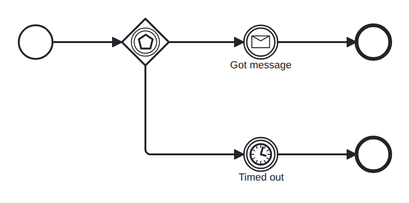
pblumer/atlas keeps this BPMN diagram as conformance/catalog/diagrams/event-based-gateway.png. Above is the earlier version. Its source is kept beside it as conformance/models/event-based-gateway.bpmn. Ids are renumbered. The source it was exported from:
```xml
<!--
  Conformance micro-fixture: an event-based gateway (deferred choice).

  Start -> eventBasedGateway -> races a message catch ("go", keyless) against a
  timer catch (PT30S). Whichever fires first wins; the other is canceled. The
  outcome is decided by the environment, not by data — that is the deferred
  choice. One model, two scenarios: the message-driven run reaches "end_msg", the
  timer-driven run reaches "end_timeout".
-->
<definitions xmlns="http://www.omg.org/spec/BPMN/20100524/MODEL"
             xmlns:bpmndi="http://www.omg.org/spec/BPMN/20100524/DI"
             xmlns:dc="http://www.omg.org/spec/DD/20100524/DC"
             xmlns:di="http://www.omg.org/spec/DD/20100524/DI"
             id="defs_event_based_gateway" targetNamespace="http://atlas/conformance">
  <message id="Msg_go" name="go"/>
  <process id="event-based-gateway" name="Event-based gateway" isExecutable="true">
    <startEvent id="start"/>
    <eventBasedGateway id="gw"/>
    <intermediateCatchEvent id="got_msg" name="Got message">
      <messageEventDefinition messageRef="Msg_go"/>
    </intermediateCatchEvent>
    <intermediateCatchEvent id="timed_out" name="Timed out">
      <timerEventDefinition>
        <timeDuration>PT30S</timeDuration>
      </timerEventDefinition>
    </intermediateCatchEvent>
    <endEvent id="end_msg"/>
    <endEvent id="end_timeout"/>
    <sequenceFlow id="f1" sourceRef="start" targetRef="gw"/>
    <sequenceFlow id="f2" sourceRef="gw" targetRef="got_msg"/>
    <sequenceFlow id="f3" sourceRef="gw" targetRef="timed_out"/>
    <sequenceFlow id="f4" sourceRef="got_msg" targetRef="end_msg"/>
    <sequenceFlow id="f5" sourceRef="timed_out" targetRef="end_timeout"/>
  </process>
  <bpmndi:BPMNDiagram id="diagram">
    <bpmndi:BPMNPlane id="plane" bpmnElement="event-based-gateway">
      <bpmndi:BPMNShape id="di_start" bpmnElement="start"><dc:Bounds x="160" y="182" width="36" height="36"/></bpmndi:BPMNShape>
      <bpmndi:BPMNShape id="di_gw" bpmnElement="gw"><dc:Bounds x="270" y="175" width="50" height="50"/></bpmndi:BPMNShape>
      <bpmndi:BPMNShape id="di_got_msg" bpmnElement="got_msg"><dc:Bounds x="400" y="182" width="36" height="36"/></bpmndi:BPMNShape>
      <bpmndi:BPMNShape id="di_end_msg" bpmnElement="end_msg"><dc:Bounds x="520" y="182" width="36" height="36"/></bpmndi:BPMNShape>
      <bpmndi:BPMNShape id="di_timed_out" bpmnElement="timed_out"><dc:Bounds x="400" y="302" width="36" height="36"/></bpmndi:BPMNShape>
      <bpmndi:BPMNShape id="di_end_timeout" bpmnElement="end_timeout"><dc:Bounds x="520" y="302" width="36" height="36"/></bpmndi:BPMNShape>
      <bpmndi:BPMNEdge id="di_f1" bpmnElement="f1"><di:waypoint x="196" y="200"/><di:waypoint x="270" y="200"/></bpmndi:BPMNEdge>
      <bpmndi:BPMNEdge id="di_f2" bpmnElement="f2"><di:waypoint x="320" y="200"/><di:waypoint x="400" y="200"/></bpmndi:BPMNEdge>
      <bpmndi:BPMNEdge id="di_f3" bpmnElement="f3"><di:waypoint x="295" y="225"/><di:waypoint x="295" y="320"/><di:waypoint x="400" y="320"/></bpmndi:BPMNEdge>
      <bpmndi:BPMNEdge id="di_f4" bpmnElement="f4"><di:waypoint x="436" y="200"/><di:waypoint x="520" y="200"/></bpmndi:BPMNEdge>
      <bpmndi:BPMNEdge id="di_f5" bpmnElement="f5"><di:waypoint x="436" y="320"/><di:waypoint x="520" y="320"/></bpmndi:BPMNEdge>
    </bpmndi:BPMNPlane>
  </bpmndi:BPMNDiagram>
</definitions>
```
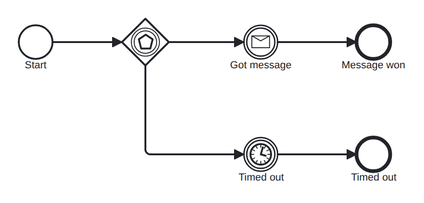
After the change.

The edit, as a diff of the source:
```diff
@@ -14,7 +14,7 @@
              id="defs_event_based_gateway" targetNamespace="http://atlas/conformance">
   <message id="Msg_go" name="go"/>
   <process id="event-based-gateway" name="Event-based gateway" isExecutable="true">
-    <startEvent id="start"/>
+    <startEvent id="start" name="Start"/>
     <eventBasedGateway id="gw"/>
     <intermediateCatchEvent id="got_msg" name="Got message">
       <messageEventDefinition messageRef="Msg_go"/>
@@ -24,8 +24,8 @@
         <timeDuration>PT30S</timeDuration>
       </timerEventDefinition>
     </intermediateCatchEvent>
-    <endEvent id="end_msg"/>
-    <endEvent id="end_timeout"/>
+    <endEvent id="end_msg" name="Message won"/>
+    <endEvent id="end_timeout" name="Timed out"/>
     <sequenceFlow id="f1" sourceRef="start" targetRef="gw"/>
     <sequenceFlow id="f2" sourceRef="gw" targetRef="got_msg"/>
     <sequenceFlow id="f3" sourceRef="gw" targetRef="timed_out"/>
```
